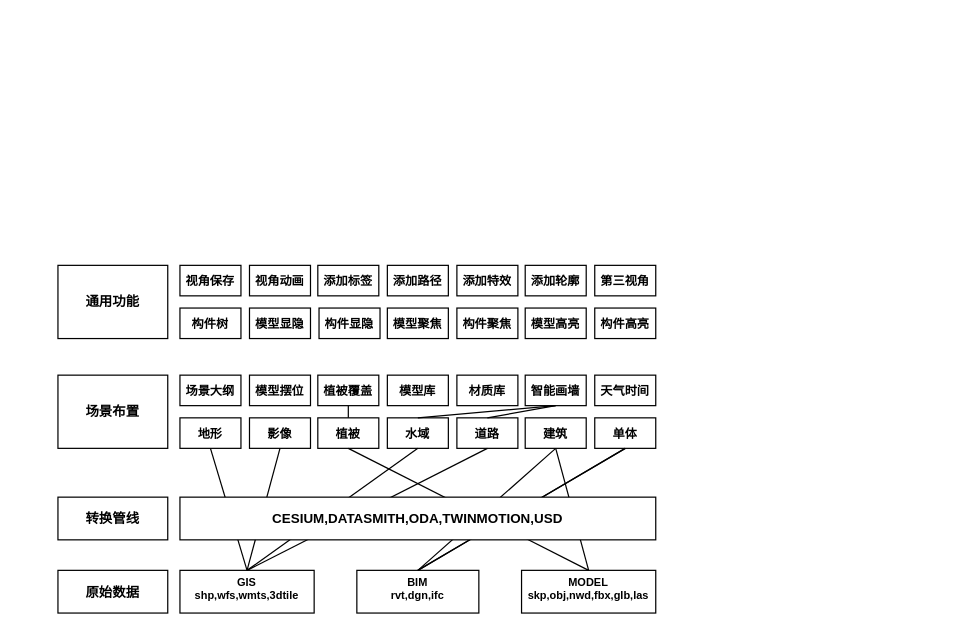
This is 未命名绘图.drawio from Elden-Niu/personal, a draw.io file, before an edit. Source tidied: cells renumbered, new cells numbered last; positions are measured from the earlier drawing's top-left corner, leaving out a move shared by most shapes. Both pictures are drawn from the tidied source at 122%, with x=0, y=0 at pixel (57, 265).
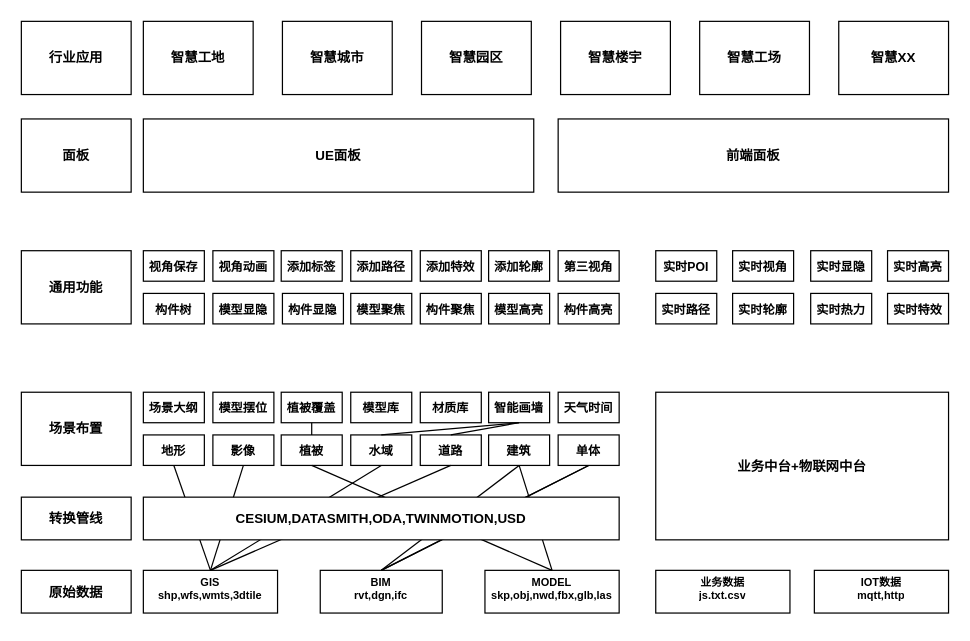
The same diagram, later.

Commit message (it also covers changes not shown here):
更新未命名绘图.drawio

Change to the diagram source:
```diff
@@
     <mxCell id="2" value="BIM&#10;rvt,dgn,ifc" style="text;whiteSpace=wrap;overflow=hidden;rounded=0;align=center;strokeColor=default;fillColor=none;fontSize=9;spacing=0;fontStyle=1;" parent="1" vertex="1">
-      <mxGeometry x="245" y="250" width="100" height="35" as="geometry" />
+      <mxGeometry x="215" y="250" width="100" height="35" as="geometry" />
     </mxCell>
     <mxCell id="3" value="MODEL&#10;skp,obj,nwd,fbx,glb,las" style="text;whiteSpace=wrap;overflow=hidden;rounded=0;align=center;strokeColor=default;fillColor=none;fontSize=9;spacing=0;fontStyle=1;" parent="1" vertex="1">
-      <mxGeometry x="380" y="250" width="110" height="35" as="geometry" />
+      <mxGeometry x="350" y="250" width="110" height="35" as="geometry" />
     </mxCell>
     <mxCell id="4" value="GIS&#10;shp,wfs,wmts,3dtile" style="text;whiteSpace=wrap;overflow=hidden;rounded=0;align=center;strokeColor=default;fillColor=none;fontSize=9;spacing=0;fontStyle=1;" parent="1" vertex="1">
-      <mxGeometry x="100" y="250" width="110" height="35" as="geometry" />
+      <mxGeometry x="70" y="250" width="110" height="35" as="geometry" />
     </mxCell>
     <mxCell id="5" value="地形" style="text;whiteSpace=wrap;overflow=hidden;rounded=0;align=center;strokeColor=default;fillColor=none;fontSize=10;labelPosition=center;verticalLabelPosition=middle;verticalAlign=middle;flipH=1;fontStyle=1;" parent="1" vertex="1">
-      <mxGeometry x="100" y="125" width="50" height="25" as="geometry" />
+      <mxGeometry x="70" y="139" width="50" height="25" as="geometry" />
     </mxCell>
     <mxCell id="6" value="影像" style="text;whiteSpace=wrap;overflow=hidden;rounded=0;align=center;strokeColor=default;fillColor=none;fontSize=10;labelPosition=center;verticalLabelPosition=middle;verticalAlign=middle;flipH=1;fontStyle=1;" parent="1" vertex="1">
-      <mxGeometry x="157" y="125" width="50" height="25" as="geometry" />
+      <mxGeometry x="127" y="139" width="50" height="25" as="geometry" />
     </mxCell>
     <mxCell id="7" value="道路" style="text;whiteSpace=wrap;overflow=hidden;rounded=0;align=center;strokeColor=default;fillColor=none;fontSize=10;labelPosition=center;verticalLabelPosition=middle;verticalAlign=middle;flipH=1;fontStyle=1;" parent="1" vertex="1">
-      <mxGeometry x="327" y="125" width="50" height="25" as="geometry" />
+      <mxGeometry x="297" y="139" width="50" height="25" as="geometry" />
     </mxCell>
     <mxCell id="8" value="水域" style="text;whiteSpace=wrap;overflow=hidden;rounded=0;align=center;strokeColor=default;fillColor=none;fontSize=10;labelPosition=center;verticalLabelPosition=middle;verticalAlign=middle;flipH=1;fontStyle=1;" parent="1" vertex="1">
-      <mxGeometry x="270" y="125" width="50" height="25" as="geometry" />
+      <mxGeometry x="240" y="139" width="50" height="25" as="geometry" />
     </mxCell>
     <mxCell id="9" value="植被" style="text;whiteSpace=wrap;overflow=hidden;rounded=0;align=center;strokeColor=default;fillColor=none;fontSize=10;labelPosition=center;verticalLabelPosition=middle;verticalAlign=middle;flipH=1;fontStyle=1;" parent="1" vertex="1">
-      <mxGeometry x="213" y="125" width="50" height="25" as="geometry" />
+      <mxGeometry x="183" y="139" width="50" height="25" as="geometry" />
     </mxCell>
     <mxCell id="10" value="建筑" style="text;whiteSpace=wrap;overflow=hidden;rounded=0;align=center;strokeColor=default;fillColor=none;fontSize=10;labelPosition=center;verticalLabelPosition=middle;verticalAlign=middle;flipH=1;fontStyle=1;" parent="1" vertex="1">
-      <mxGeometry x="383" y="125" width="50" height="25" as="geometry" />
+      <mxGeometry x="353" y="139" width="50" height="25" as="geometry" />
     </mxCell>
     <mxCell id="11" value="单体" style="text;whiteSpace=wrap;overflow=hidden;rounded=0;align=center;strokeColor=default;fillColor=none;fontSize=10;labelPosition=center;verticalLabelPosition=middle;verticalAlign=middle;flipH=1;fontStyle=1;" parent="1" vertex="1">
-      <mxGeometry x="440" y="125" width="50" height="25" as="geometry" />
+      <mxGeometry x="410" y="139" width="50" height="25" as="geometry" />
     </mxCell>
@@
     <mxCell id="21" value="原始数据" style="rounded=0;whiteSpace=wrap;html=1;fontSize=11;fontStyle=1;" parent="1" vertex="1">
-      <mxGeometry y="250" width="90" height="35" as="geometry" />
+      <mxGeometry x="-30" y="250" width="90" height="35" as="geometry" />
     </mxCell>
     <mxCell id="22" value="场景布置" style="rounded=0;whiteSpace=wrap;html=1;fontSize=11;fontStyle=1;" parent="1" vertex="1">
-      <mxGeometry y="90" width="90" height="60" as="geometry" />
+      <mxGeometry x="-30" y="104" width="90" height="60" as="geometry" />
     </mxCell>
     <mxCell id="23" value="模型摆位" style="text;whiteSpace=wrap;overflow=hidden;rounded=0;align=center;strokeColor=default;fillColor=none;fontSize=10;labelPosition=center;verticalLabelPosition=middle;verticalAlign=middle;flipH=1;fontStyle=1;" parent="1" vertex="1">
-      <mxGeometry x="157" y="90" width="50" height="25" as="geometry" />
+      <mxGeometry x="127" y="104" width="50" height="25" as="geometry" />
     </mxCell>
     <mxCell id="24" value="智能画墙" style="text;overflow=hidden;rounded=0;align=center;strokeColor=default;fillColor=none;fontSize=10;labelPosition=center;verticalLabelPosition=middle;verticalAlign=middle;flipH=1;fontStyle=1;" parent="1" vertex="1">
-      <mxGeometry x="383" y="90" width="50" height="25" as="geometry" />
+      <mxGeometry x="353" y="104" width="50" height="25" as="geometry" />
     </mxCell>
     <mxCell id="25" value="植被覆盖" style="text;whiteSpace=wrap;overflow=hidden;rounded=0;align=center;strokeColor=default;fillColor=none;fontSize=10;labelPosition=center;verticalLabelPosition=middle;verticalAlign=middle;flipH=1;fontStyle=1;" parent="1" vertex="1">
-      <mxGeometry x="213" y="90" width="50" height="25" as="geometry" />
+      <mxGeometry x="183" y="104" width="50" height="25" as="geometry" />
     </mxCell>
     <mxCell id="26" value="模型库" style="text;whiteSpace=wrap;overflow=hidden;rounded=0;align=center;strokeColor=default;fillColor=none;fontSize=10;labelPosition=center;verticalLabelPosition=middle;verticalAlign=middle;flipH=1;fontStyle=1;" parent="1" vertex="1">
-      <mxGeometry x="270" y="90" width="50" height="25" as="geometry" />
+      <mxGeometry x="240" y="104" width="50" height="25" as="geometry" />
     </mxCell>
     <mxCell id="27" value="材质库" style="text;whiteSpace=wrap;overflow=hidden;rounded=0;align=center;strokeColor=default;fillColor=none;fontSize=10;labelPosition=center;verticalLabelPosition=middle;verticalAlign=middle;flipH=1;fontStyle=1;" parent="1" vertex="1">
-      <mxGeometry x="327" y="90" width="50" height="25" as="geometry" />
+      <mxGeometry x="297" y="104" width="50" height="25" as="geometry" />
     </mxCell>
     <mxCell id="28" value="天气时间" style="text;whiteSpace=wrap;overflow=hidden;rounded=0;align=center;strokeColor=default;fillColor=none;fontSize=10;labelPosition=center;verticalLabelPosition=middle;verticalAlign=middle;flipH=1;fontStyle=1;" parent="1" vertex="1">
-      <mxGeometry x="440" y="90" width="50" height="25" as="geometry" />
+      <mxGeometry x="410" y="104" width="50" height="25" as="geometry" />
     </mxCell>
     <mxCell id="29" value="视角保存" style="text;whiteSpace=wrap;overflow=hidden;rounded=0;align=center;strokeColor=default;fillColor=none;fontSize=10;labelPosition=center;verticalLabelPosition=middle;verticalAlign=middle;flipH=1;fontStyle=1;" parent="1" vertex="1">
-      <mxGeometry x="100" width="50" height="25" as="geometry" />
+      <mxGeometry x="70" y="-12" width="50" height="25" as="geometry" />
     </mxCell>
     <mxCell id="30" value="通用功能" style="rounded=0;whiteSpace=wrap;fontSize=11;fontStyle=1;" parent="1" vertex="1">
-      <mxGeometry width="90" height="60" as="geometry" />
+      <mxGeometry x="-30" y="-12" width="90" height="60" as="geometry" />
     </mxCell>
     <mxCell id="31" value="视角动画" style="text;whiteSpace=wrap;overflow=hidden;rounded=0;align=center;strokeColor=default;fillColor=none;fontSize=10;labelPosition=center;verticalLabelPosition=middle;verticalAlign=middle;flipH=1;fontStyle=1;" parent="1" vertex="1">
-      <mxGeometry x="157" width="50" height="25" as="geometry" />
+      <mxGeometry x="127" y="-12" width="50" height="25" as="geometry" />
     </mxCell>
     <mxCell id="32" value="添加标签" style="text;whiteSpace=wrap;overflow=hidden;rounded=0;align=center;strokeColor=default;fillColor=none;fontSize=10;labelPosition=center;verticalLabelPosition=middle;verticalAlign=middle;flipH=1;fontStyle=1;" parent="1" vertex="1">
-      <mxGeometry x="213" width="50" height="25" as="geometry" />
+      <mxGeometry x="183" y="-12" width="50" height="25" as="geometry" />
     </mxCell>
     <mxCell id="33" value="添加路径" style="text;whiteSpace=wrap;overflow=hidden;rounded=0;align=center;strokeColor=default;fillColor=none;fontSize=10;labelPosition=center;verticalLabelPosition=middle;verticalAlign=middle;flipH=1;fontStyle=1;" parent="1" vertex="1">
-      <mxGeometry x="270" width="50" height="25" as="geometry" />
+      <mxGeometry x="240" y="-12" width="50" height="25" as="geometry" />
     </mxCell>
     <mxCell id="34" value="添加特效" style="text;whiteSpace=wrap;overflow=hidden;rounded=0;align=center;strokeColor=default;fillColor=none;fontSize=10;labelPosition=center;verticalLabelPosition=middle;verticalAlign=middle;flipH=1;fontStyle=1;" parent="1" vertex="1">
-      <mxGeometry x="327" width="50" height="25" as="geometry" />
+      <mxGeometry x="297" y="-12" width="50" height="25" as="geometry" />
     </mxCell>
     <mxCell id="35" value="添加轮廓" style="text;whiteSpace=wrap;overflow=hidden;rounded=0;align=center;strokeColor=default;fillColor=none;fontSize=10;labelPosition=center;verticalLabelPosition=middle;verticalAlign=middle;flipH=1;fontStyle=1;" parent="1" vertex="1">
-      <mxGeometry x="383" width="50" height="25" as="geometry" />
+      <mxGeometry x="353" y="-12" width="50" height="25" as="geometry" />
     </mxCell>
     <mxCell id="36" value="第三视角" style="text;whiteSpace=wrap;overflow=hidden;rounded=0;align=center;strokeColor=default;fillColor=none;fontSize=10;labelPosition=center;verticalLabelPosition=middle;verticalAlign=middle;flipH=1;fontStyle=1;" parent="1" vertex="1">
-      <mxGeometry x="440" width="50" height="25" as="geometry" />
+      <mxGeometry x="410" y="-12" width="50" height="25" as="geometry" />
     </mxCell>
     <mxCell id="37" value="模型显隐" style="text;whiteSpace=wrap;overflow=hidden;rounded=0;align=center;strokeColor=default;fillColor=none;fontSize=10;labelPosition=center;verticalLabelPosition=middle;verticalAlign=middle;flipH=1;fontStyle=1;" parent="1" vertex="1">
-      <mxGeometry x="157" y="35" width="50" height="25" as="geometry" />
+      <mxGeometry x="127" y="23" width="50" height="25" as="geometry" />
     </mxCell>
     <mxCell id="38" value="构件显隐" style="text;whiteSpace=wrap;overflow=hidden;rounded=0;align=center;strokeColor=default;fillColor=none;fontSize=10;labelPosition=center;verticalLabelPosition=middle;verticalAlign=middle;flipH=1;fontStyle=1;" parent="1" vertex="1">
-      <mxGeometry x="214" y="35" width="50" height="25" as="geometry" />
+      <mxGeometry x="184" y="23" width="50" height="25" as="geometry" />
     </mxCell>
     <mxCell id="39" value="构件树" style="text;whiteSpace=wrap;overflow=hidden;rounded=0;align=center;strokeColor=default;fillColor=none;fontSize=10;labelPosition=center;verticalLabelPosition=middle;verticalAlign=middle;flipH=1;fontStyle=1;" parent="1" vertex="1">
-      <mxGeometry x="100" y="35" width="50" height="25" as="geometry" />
+      <mxGeometry x="70" y="23" width="50" height="25" as="geometry" />
     </mxCell>
     <mxCell id="40" value="场景大纲" style="text;whiteSpace=wrap;overflow=hidden;rounded=0;align=center;strokeColor=default;fillColor=none;fontSize=10;labelPosition=center;verticalLabelPosition=middle;verticalAlign=middle;flipH=1;fontStyle=1;" parent="1" vertex="1">
-      <mxGeometry x="100" y="90" width="50" height="25" as="geometry" />
+      <mxGeometry x="70" y="104" width="50" height="25" as="geometry" />
     </mxCell>
     <mxCell id="41" value="CESIUM,DATASMITH,ODA,TWINMOTION,USD" style="rounded=0;whiteSpace=wrap;html=1;fontSize=11;fontStyle=1;" parent="1" vertex="1">
-      <mxGeometry x="100" y="190" width="390" height="35" as="geometry" />
+      <mxGeometry x="70" y="190" width="390" height="35" as="geometry" />
     </mxCell>
     <mxCell id="42" value="转换管线" style="rounded=0;whiteSpace=wrap;html=1;fontSize=11;fontStyle=1;" parent="1" vertex="1">
-      <mxGeometry y="190" width="90" height="35" as="geometry" />
+      <mxGeometry x="-30" y="190" width="90" height="35" as="geometry" />
     </mxCell>
@@
     <mxCell id="46" value="模型聚焦" style="text;whiteSpace=wrap;overflow=hidden;rounded=0;align=center;strokeColor=default;fillColor=none;fontSize=10;labelPosition=center;verticalLabelPosition=middle;verticalAlign=middle;flipH=1;fontStyle=1;" parent="1" vertex="1">
-      <mxGeometry x="270" y="35" width="50" height="25" as="geometry" />
+      <mxGeometry x="240" y="23" width="50" height="25" as="geometry" />
     </mxCell>
     <mxCell id="47" value="构件聚焦" style="text;whiteSpace=wrap;overflow=hidden;rounded=0;align=center;strokeColor=default;fillColor=none;fontSize=10;labelPosition=center;verticalLabelPosition=middle;verticalAlign=middle;flipH=1;fontStyle=1;" parent="1" vertex="1">
-      <mxGeometry x="327" y="35" width="50" height="25" as="geometry" />
+      <mxGeometry x="297" y="23" width="50" height="25" as="geometry" />
     </mxCell>
     <mxCell id="48" value="模型高亮" style="text;whiteSpace=wrap;overflow=hidden;rounded=0;align=center;strokeColor=default;fillColor=none;fontSize=10;labelPosition=center;verticalLabelPosition=middle;verticalAlign=middle;flipH=1;fontStyle=1;" parent="1" vertex="1">
-      <mxGeometry x="383" y="35" width="50" height="25" as="geometry" />
+      <mxGeometry x="353" y="23" width="50" height="25" as="geometry" />
     </mxCell>
     <mxCell id="49" value="构件高亮" style="text;whiteSpace=wrap;overflow=hidden;rounded=0;align=center;strokeColor=default;fillColor=none;fontSize=10;labelPosition=center;verticalLabelPosition=middle;verticalAlign=middle;flipH=1;fontStyle=1;" parent="1" vertex="1">
-      <mxGeometry x="440" y="35" width="50" height="25" as="geometry" />
+      <mxGeometry x="410" y="23" width="50" height="25" as="geometry" />
     </mxCell>
+    <mxCell id="50" value="业务数据&#10;js.txt.csv" style="text;whiteSpace=wrap;overflow=hidden;rounded=0;align=center;strokeColor=default;fillColor=none;fontSize=9;spacing=0;fontStyle=1;" parent="1" vertex="1">
+      <mxGeometry x="490" y="250" width="110" height="35" as="geometry" />
+    </mxCell>
+    <mxCell id="51" value="IOT数据&#10;mqtt,http" style="text;whiteSpace=wrap;overflow=hidden;rounded=0;align=center;strokeColor=default;fillColor=none;fontSize=9;spacing=0;fontStyle=1;" parent="1" vertex="1">
+      <mxGeometry x="620" y="250" width="110" height="35" as="geometry" />
+    </mxCell>
+    <mxCell id="52" value="业务中台+物联网中台" style="rounded=0;whiteSpace=wrap;html=1;fontSize=11;fontStyle=1;" parent="1" vertex="1">
+      <mxGeometry x="490" y="104" width="240" height="121" as="geometry" />
+    </mxCell>
+    <mxCell id="53" value="实时轮廓" style="text;whiteSpace=wrap;overflow=hidden;rounded=0;align=center;strokeColor=default;fillColor=none;fontSize=10;labelPosition=center;verticalLabelPosition=middle;verticalAlign=middle;flipH=1;fontStyle=1;" parent="1" vertex="1">
+      <mxGeometry x="553" y="23" width="50" height="25" as="geometry" />
+    </mxCell>
+    <mxCell id="54" value="实时POI" style="text;whiteSpace=wrap;overflow=hidden;rounded=0;align=center;strokeColor=default;fillColor=none;fontSize=10;labelPosition=center;verticalLabelPosition=middle;verticalAlign=middle;flipH=1;fontStyle=1;" parent="1" vertex="1">
+      <mxGeometry x="490" y="-12" width="50" height="25" as="geometry" />
+    </mxCell>
+    <mxCell id="55" value="实时路径" style="text;whiteSpace=wrap;overflow=hidden;rounded=0;align=center;strokeColor=default;fillColor=none;fontSize=10;labelPosition=center;verticalLabelPosition=middle;verticalAlign=middle;flipH=1;fontStyle=1;" parent="1" vertex="1">
+      <mxGeometry x="490" y="23" width="50" height="25" as="geometry" />
+    </mxCell>
+    <mxCell id="56" value="实时视角" style="text;whiteSpace=wrap;overflow=hidden;rounded=0;align=center;strokeColor=default;fillColor=none;fontSize=10;labelPosition=center;verticalLabelPosition=middle;verticalAlign=middle;flipH=1;fontStyle=1;" parent="1" vertex="1">
+      <mxGeometry x="553" y="-12" width="50" height="25" as="geometry" />
+    </mxCell>
+    <mxCell id="57" value="实时高亮" style="text;whiteSpace=wrap;overflow=hidden;rounded=0;align=center;strokeColor=default;fillColor=none;fontSize=10;labelPosition=center;verticalLabelPosition=middle;verticalAlign=middle;flipH=1;fontStyle=1;" parent="1" vertex="1">
+      <mxGeometry x="680" y="-12" width="50" height="25" as="geometry" />
+    </mxCell>
+    <mxCell id="58" value="实时显隐" style="text;whiteSpace=wrap;overflow=hidden;rounded=0;align=center;strokeColor=default;fillColor=none;fontSize=10;labelPosition=center;verticalLabelPosition=middle;verticalAlign=middle;flipH=1;fontStyle=1;" parent="1" vertex="1">
+      <mxGeometry x="617" y="-12" width="50" height="25" as="geometry" />
+    </mxCell>
+    <mxCell id="59" value="实时热力" style="text;whiteSpace=wrap;overflow=hidden;rounded=0;align=center;strokeColor=default;fillColor=none;fontSize=10;labelPosition=center;verticalLabelPosition=middle;verticalAlign=middle;flipH=1;fontStyle=1;" parent="1" vertex="1">
+      <mxGeometry x="617" y="23" width="50" height="25" as="geometry" />
+    </mxCell>
+    <mxCell id="60" value="实时特效" style="text;whiteSpace=wrap;overflow=hidden;rounded=0;align=center;strokeColor=default;fillColor=none;fontSize=10;labelPosition=center;verticalLabelPosition=middle;verticalAlign=middle;flipH=1;fontStyle=1;" parent="1" vertex="1">
+      <mxGeometry x="680" y="23" width="50" height="25" as="geometry" />
+    </mxCell>
+    <mxCell id="61" value="面板" style="rounded=0;whiteSpace=wrap;fontSize=11;fontStyle=1;" parent="1" vertex="1">
+      <mxGeometry x="-30" y="-120" width="90" height="60" as="geometry" />
+    </mxCell>
+    <mxCell id="62" value="UE面板" style="rounded=0;whiteSpace=wrap;fontSize=11;fontStyle=1;" parent="1" vertex="1">
+      <mxGeometry x="70" y="-120" width="320" height="60" as="geometry" />
+    </mxCell>
+    <mxCell id="63" value="前端面板" style="rounded=0;whiteSpace=wrap;fontSize=11;fontStyle=1;" parent="1" vertex="1">
+      <mxGeometry x="410" y="-120" width="320" height="60" as="geometry" />
+    </mxCell>
+    <mxCell id="64" value="行业应用" style="rounded=0;whiteSpace=wrap;fontSize=11;fontStyle=1;" parent="1" vertex="1">
+      <mxGeometry x="-30" y="-200" width="90" height="60" as="geometry" />
+    </mxCell>
+    <mxCell id="65" value="智慧城市" style="rounded=0;whiteSpace=wrap;fontSize=11;fontStyle=1;" parent="1" vertex="1">
+      <mxGeometry x="184" y="-200" width="90" height="60" as="geometry" />
+    </mxCell>
+    <mxCell id="66" value="智慧工地" style="rounded=0;whiteSpace=wrap;fontSize=11;fontStyle=1;" parent="1" vertex="1">
+      <mxGeometry x="70" y="-200" width="90" height="60" as="geometry" />
+    </mxCell>
+    <mxCell id="67" value="智慧园区" style="rounded=0;whiteSpace=wrap;fontSize=11;fontStyle=1;" parent="1" vertex="1">
+      <mxGeometry x="298" y="-200" width="90" height="60" as="geometry" />
+    </mxCell>
+    <mxCell id="68" value="智慧楼宇" style="rounded=0;whiteSpace=wrap;fontSize=11;fontStyle=1;" parent="1" vertex="1">
+      <mxGeometry x="412" y="-200" width="90" height="60" as="geometry" />
+    </mxCell>
+    <mxCell id="69" value="智慧工场" style="rounded=0;whiteSpace=wrap;fontSize=11;fontStyle=1;" parent="1" vertex="1">
+      <mxGeometry x="526" y="-200" width="90" height="60" as="geometry" />
+    </mxCell>
+    <mxCell id="70" value="智慧XX" style="rounded=0;whiteSpace=wrap;fontSize=11;fontStyle=1;" parent="1" vertex="1">
+      <mxGeometry x="640" y="-200" width="90" height="60" as="geometry" />
+    </mxCell>
```
